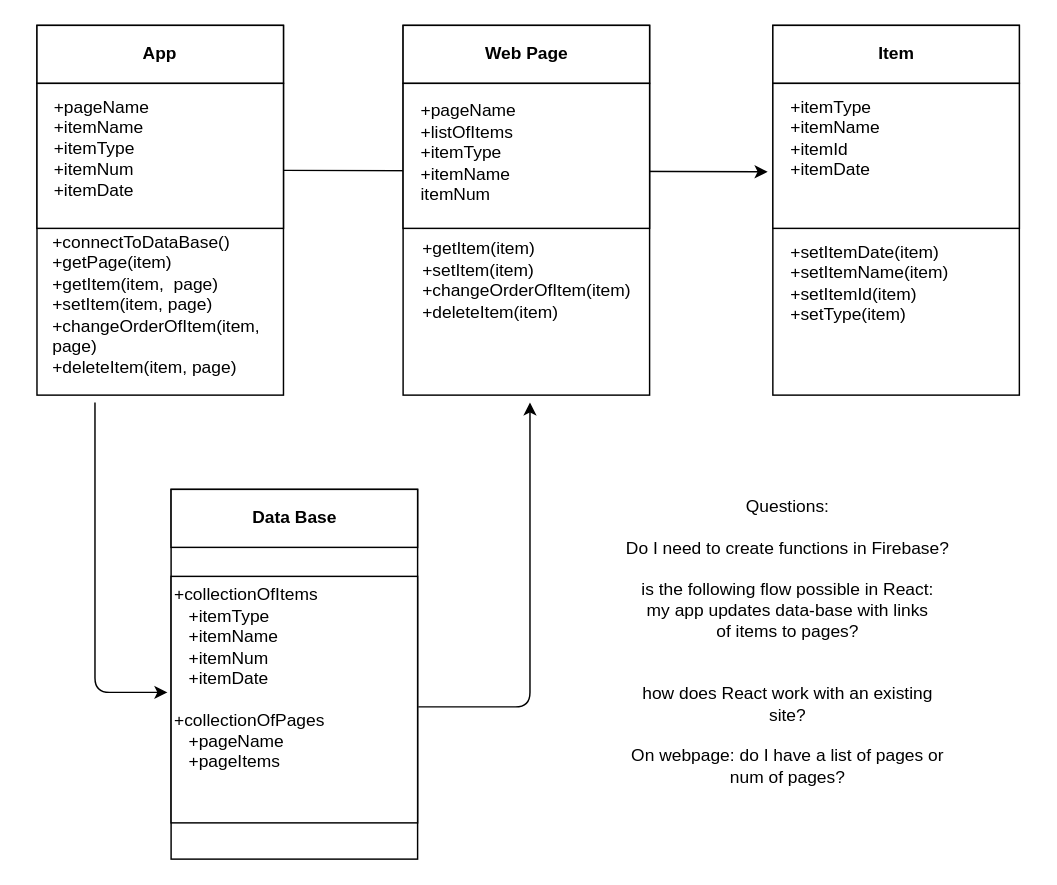
Before: UML.drawio in doritger/DroraD, a draw.io diagram. Source tidied: cells renumbered, new cells numbered last; positions are measured from the earlier drawing's top-left corner, leaving out a move shared by most shapes. Both pictures are drawn from the tidied source at 145%, with x=0, y=0 at pixel (-25, 25).
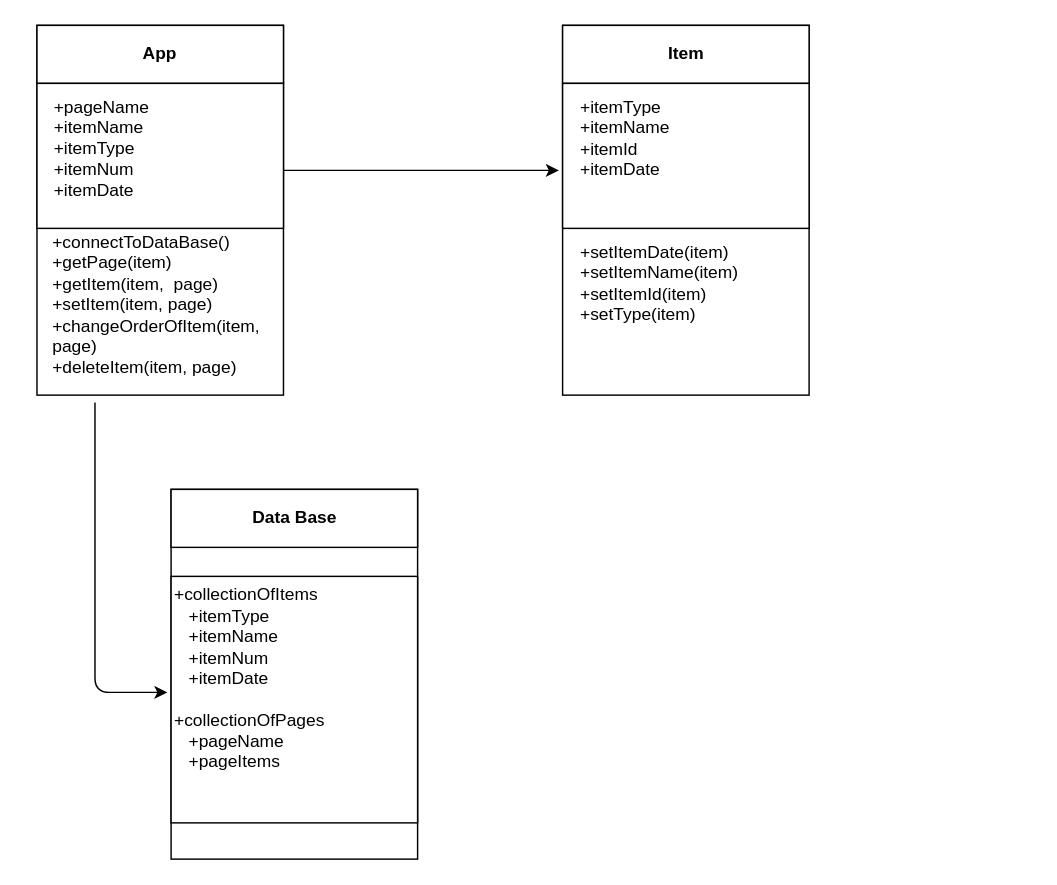
After the change.

Commit message:
uml reviewed

What changed in the source:
```diff
@@
-    <mxCell id="2" style="endArrow=classic;html=1;entryX=-0.021;entryY=0.61;entryDx=0;entryDy=0;entryPerimeter=0;" parent="1" edge="1" target="18">
+    <mxCell id="2" style="endArrow=classic;html=1;" parent="1" edge="1">
       <mxGeometry relative="1" as="geometry">
         <mxPoint x="212" y="100" as="sourcePoint" />
+        <mxPoint x="402" y="100" as="targetPoint" />
       </mxGeometry>
     </mxCell>
@@
-    <mxCell id="11" value="&lt;div&gt;&lt;br&gt;&lt;/div&gt;&lt;div&gt;&lt;br&gt;&lt;/div&gt;&lt;div&gt;&lt;br&gt;&lt;/div&gt;&lt;div&gt;&lt;br&gt;&lt;/div&gt;&lt;div&gt;&lt;br&gt;&lt;/div&gt;&lt;div&gt;&lt;br&gt;&lt;/div&gt;&lt;div&gt;&lt;br&gt;&lt;/div&gt;&lt;div&gt;&lt;br&gt;&lt;/div&gt;&lt;div&gt;&lt;br&gt;&lt;/div&gt;&lt;div&gt;&lt;br&gt;&lt;/div&gt;&lt;div&gt;&lt;br&gt;&lt;/div&gt;&lt;div&gt;&lt;br&gt;&lt;/div&gt;&lt;div&gt;&lt;br&gt;&lt;/div&gt;" style="rounded=0;whiteSpace=wrap;html=1;rotation=90;" parent="1" vertex="1">
-      <mxGeometry x="252" y="42.5" width="255" height="170" as="geometry" />
-    </mxCell>
-    <mxCell id="12" value="&lt;b&gt;Web Page&lt;/b&gt;" style="rounded=0;whiteSpace=wrap;html=1;" parent="1" vertex="1">
-      <mxGeometry x="294.5" width="170" height="40" as="geometry" />
-    </mxCell>
-    <mxCell id="13" style="rounded=0;whiteSpace=wrap;html=1;" parent="1" vertex="1">
-      <mxGeometry x="294.5" y="40" width="170" height="100" as="geometry" />
-    </mxCell>
-    <mxCell id="14" value="&lt;div&gt;&lt;br&gt;&lt;/div&gt;&lt;div&gt;+pageName&lt;/div&gt;&lt;div&gt;+listOfItems&lt;/div&gt;&lt;div&gt;+itemType&lt;/div&gt;&lt;div&gt;+itemName&lt;/div&gt;&lt;div&gt;itemNum&lt;br&gt;&lt;/div&gt;&lt;div&gt;&lt;br&gt;&lt;/div&gt;&lt;div&gt;&lt;br&gt;&lt;/div&gt;" style="text;html=1;strokeColor=none;fillColor=none;align=left;verticalAlign=middle;whiteSpace=wrap;rounded=0;" parent="1" vertex="1">
-      <mxGeometry x="304.5" y="50" width="170" height="90" as="geometry" />
-    </mxCell>
-    <mxCell id="15" value="&lt;div align=&quot;left&quot;&gt;+getItem(item)&lt;/div&gt;&lt;div align=&quot;left&quot;&gt;+setItem(item)&lt;/div&gt;&lt;div align=&quot;left&quot;&gt;+changeOrderOfItem(item)&lt;/div&gt;&lt;div align=&quot;left&quot;&gt;+deleteItem(item)&lt;/div&gt;&lt;div align=&quot;left&quot;&gt;&lt;br&gt;&lt;/div&gt;&lt;div align=&quot;left&quot;&gt;&lt;br&gt;&lt;/div&gt;" style="text;html=1;strokeColor=none;fillColor=none;align=center;verticalAlign=middle;whiteSpace=wrap;rounded=0;" parent="1" vertex="1">
-      <mxGeometry x="314.5" y="140" width="130" height="100" as="geometry" />
-    </mxCell>
     <mxCell id="16" value="&lt;div&gt;&lt;br&gt;&lt;/div&gt;&lt;div&gt;&lt;br&gt;&lt;/div&gt;&lt;div&gt;&lt;br&gt;&lt;/div&gt;&lt;div&gt;&lt;br&gt;&lt;/div&gt;&lt;div&gt;&lt;br&gt;&lt;/div&gt;&lt;div&gt;&lt;br&gt;&lt;/div&gt;&lt;div&gt;&lt;br&gt;&lt;/div&gt;&lt;div&gt;&lt;br&gt;&lt;/div&gt;&lt;div&gt;&lt;br&gt;&lt;/div&gt;&lt;div&gt;&lt;br&gt;&lt;/div&gt;&lt;div&gt;&lt;br&gt;&lt;/div&gt;&lt;div&gt;&lt;br&gt;&lt;/div&gt;&lt;div&gt;&lt;br&gt;&lt;/div&gt;" style="rounded=0;whiteSpace=wrap;html=1;rotation=90;" parent="1" vertex="1">
-      <mxGeometry x="507" y="42.5" width="255" height="170" as="geometry" />
+      <mxGeometry x="362" y="42.5" width="255" height="170" as="geometry" />
     </mxCell>
     <mxCell id="17" value="&lt;b&gt;Item&lt;/b&gt;" style="rounded=0;whiteSpace=wrap;html=1;" parent="1" vertex="1">
-      <mxGeometry x="549.5" width="170" height="40" as="geometry" />
+      <mxGeometry x="404.5" width="170" height="40" as="geometry" />
     </mxCell>
     <mxCell id="18" style="rounded=0;whiteSpace=wrap;html=1;" parent="1" vertex="1">
-      <mxGeometry x="549.5" y="40" width="170" height="100" as="geometry" />
+      <mxGeometry x="404.5" y="40" width="170" height="100" as="geometry" />
     </mxCell>
     <mxCell id="19" value="&lt;div&gt;+itemType&lt;br&gt;&lt;/div&gt;&lt;div&gt;+itemName&lt;/div&gt;&lt;div&gt;+itemId&lt;/div&gt;&lt;div&gt;+itemDate&lt;/div&gt;" style="text;html=1;strokeColor=none;fillColor=none;align=left;verticalAlign=middle;whiteSpace=wrap;rounded=0;" parent="1" vertex="1">
-      <mxGeometry x="559.5" y="42.5" width="162.5" height="70" as="geometry" />
+      <mxGeometry x="414.5" y="42.5" width="162.5" height="70" as="geometry" />
     </mxCell>
     <mxCell id="20" value="&lt;div align=&quot;left&quot;&gt;+setItemDate(item)&lt;/div&gt;&lt;div align=&quot;left&quot;&gt;+setItemName(item)&lt;/div&gt;&lt;div align=&quot;left&quot;&gt;+setItemId(item)&lt;br&gt;&lt;/div&gt;&lt;div align=&quot;left&quot;&gt;+setType(item)&lt;br&gt;&lt;/div&gt;&lt;div align=&quot;left&quot;&gt;&lt;br&gt;&lt;/div&gt;&lt;div align=&quot;left&quot;&gt;&lt;br&gt;&lt;/div&gt;&lt;div align=&quot;left&quot;&gt;&lt;br&gt;&lt;/div&gt;&lt;div align=&quot;left&quot;&gt;&lt;br&gt;&lt;/div&gt;" style="text;html=1;strokeColor=none;fillColor=none;align=left;verticalAlign=middle;whiteSpace=wrap;rounded=0;" parent="1" vertex="1">
-      <mxGeometry x="559.5" y="157" width="130" height="100" as="geometry" />
+      <mxGeometry x="414.5" y="157" width="130" height="100" as="geometry" />
     </mxCell>
@@
-    <mxCell id="22" style="endArrow=classic;html=1;edgeStyle=orthogonalEdgeStyle;" parent="1" edge="1">
-      <mxGeometry relative="1" as="geometry">
-        <mxPoint x="305" y="470" as="sourcePoint" />
-        <mxPoint x="382" y="260" as="targetPoint" />
-        <Array as="points">
-          <mxPoint x="305" y="470" />
-          <mxPoint x="382" y="470" />
-        </Array>
-      </mxGeometry>
-    </mxCell>
-    <mxCell id="23" value="&lt;div&gt;Questions:&lt;/div&gt;&lt;div&gt;&lt;br&gt;&lt;/div&gt;&lt;div&gt;Do I need to create functions in Firebase?&lt;/div&gt;&lt;div&gt;&lt;br&gt;&lt;/div&gt;&lt;div&gt;is the following flow possible in React:&lt;/div&gt;&lt;div&gt;my app updates data-base with links&lt;/div&gt;&lt;div&gt;of items to pages?&lt;br&gt;&lt;/div&gt;&lt;div&gt;&lt;br&gt;&lt;/div&gt;&lt;div&gt;&lt;br&gt;&lt;/div&gt;&lt;div&gt;how does React work with an existing site?&lt;/div&gt;&lt;div&gt;&lt;br&gt;&lt;/div&gt;&lt;div&gt;On webpage: do I have a list of pages or num of pages?&lt;br&gt;&lt;/div&gt;" style="text;html=1;strokeColor=none;fillColor=none;align=center;verticalAlign=middle;whiteSpace=wrap;rounded=0;" parent="1" vertex="1">
-      <mxGeometry x="444.5" y="310" width="230" height="230" as="geometry" />
-    </mxCell>
```
